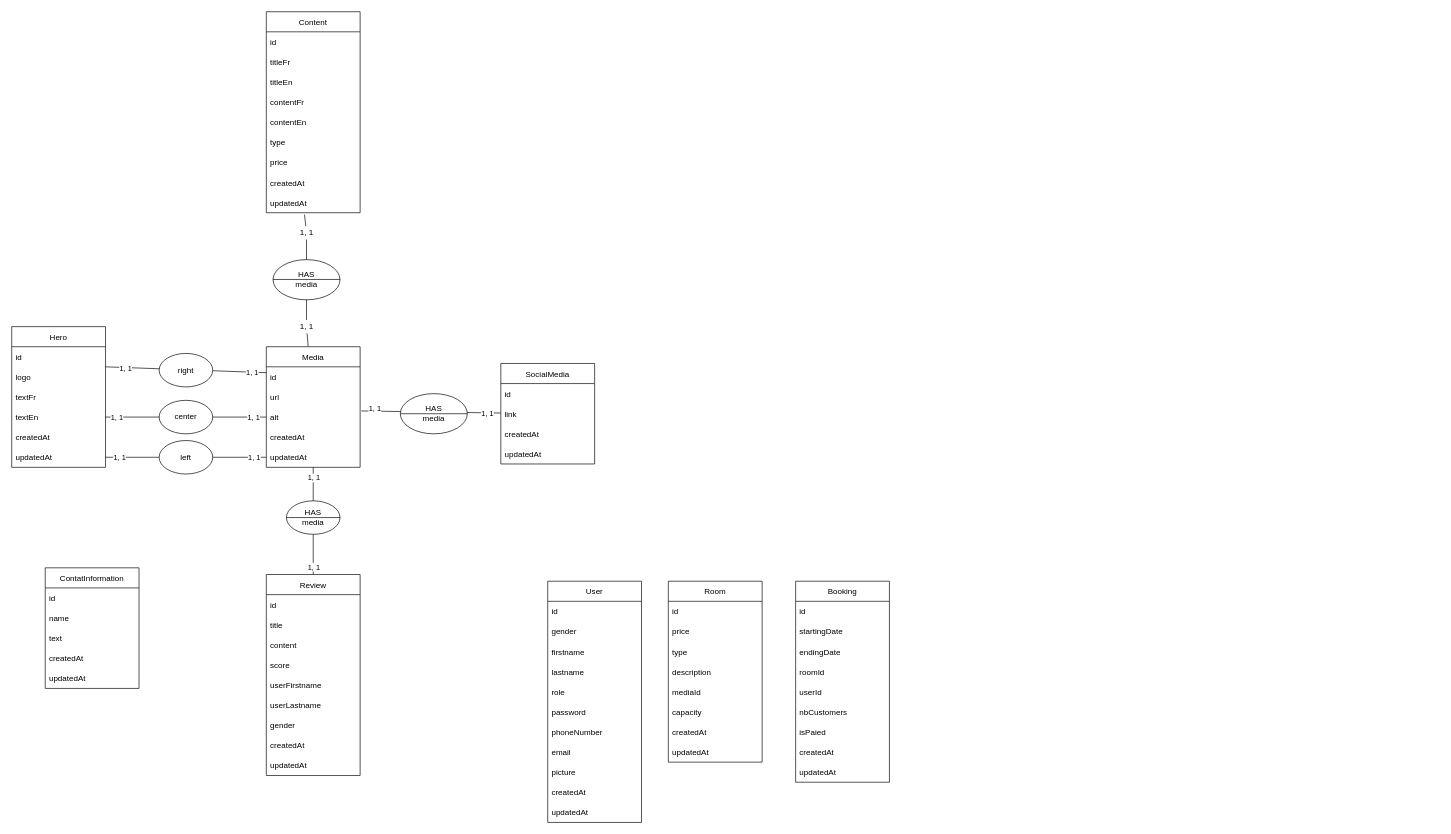
Before: docs/MCD_sprint2.drawio in ZakAADDI/Projet_Hostellerie_Asteracee, a draw.io diagram. Source tidied: cells renumbered, new cells numbered last; positions are measured from the earlier drawing's top-left corner, leaving out a move shared by most shapes. Both pictures are drawn from the tidied source at 67%, with x=0, y=0 at pixel (11, 11).
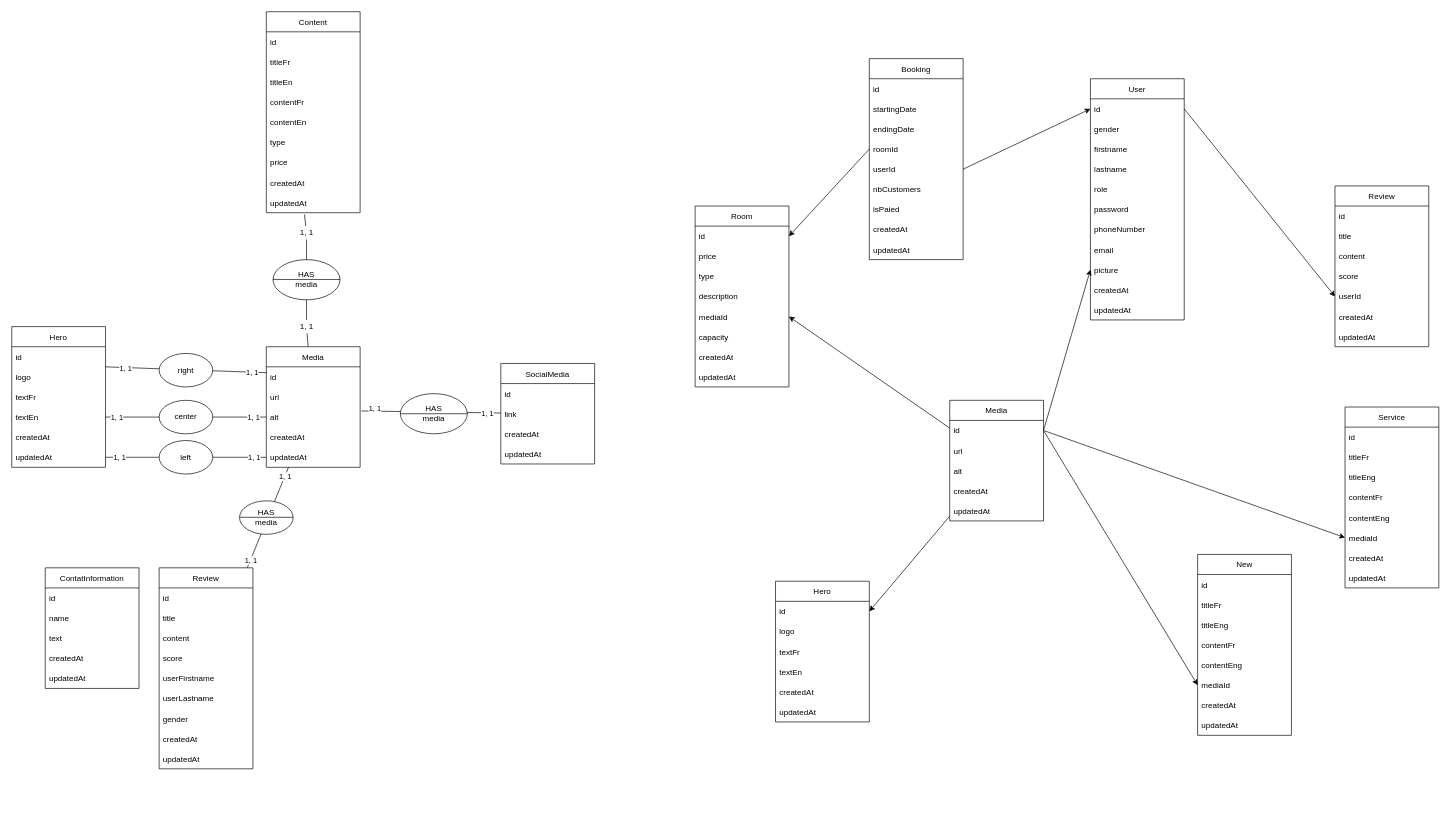
After the change.

Commit message:
MCD Sprint2 in progress

The change refers to these unchanged cells:
```xml
<mxCell id="77" value="id" style="text;strokeColor=none;fillColor=none;align=left;verticalAlign=middle;spacingLeft=4;spacingRight=4;overflow=hidden;points=[[0,0.5],[1,0.5]];portConstraint=eastwest;" parent="76" vertex="1">
  <mxGeometry y="30" width="140" height="30" as="geometry" />
</mxCell>
<mxCell id="81" value="mediaId" style="text;strokeColor=none;fillColor=none;align=left;verticalAlign=middle;spacingLeft=4;spacingRight=4;overflow=hidden;points=[[0,0.5],[1,0.5]];portConstraint=eastwest;" parent="76" vertex="1">
  <mxGeometry y="150" width="140" height="30" as="geometry" />
</mxCell>
<mxCell id="86" value="id" style="text;strokeColor=none;fillColor=none;align=left;verticalAlign=middle;spacingLeft=4;spacingRight=4;overflow=hidden;points=[[0,0.5],[1,0.5]];portConstraint=eastwest;" parent="85" vertex="1">
  <mxGeometry y="30" width="140" height="30" as="geometry" />
</mxCell>
<mxCell id="94" value="picture" style="text;strokeColor=none;fillColor=none;align=left;verticalAlign=middle;spacingLeft=4;spacingRight=4;overflow=hidden;points=[[0,0.5],[1,0.5]];portConstraint=eastwest;" parent="85" vertex="1">
  <mxGeometry y="270" width="140" height="30" as="geometry" />
</mxCell>
<mxCell id="101" value="roomId" style="text;strokeColor=none;fillColor=none;align=left;verticalAlign=middle;spacingLeft=4;spacingRight=4;overflow=hidden;points=[[0,0.5],[1,0.5]];portConstraint=eastwest;" parent="97" vertex="1">
  <mxGeometry y="120" width="140" height="30" as="geometry" />
</mxCell>
<mxCell id="102" value="userId" style="text;strokeColor=none;fillColor=none;align=left;verticalAlign=middle;spacingLeft=4;spacingRight=4;overflow=hidden;points=[[0,0.5],[1,0.5]];portConstraint=eastwest;" parent="97" vertex="1">
  <mxGeometry y="150" width="140" height="30" as="geometry" />
</mxCell>
```

What changed in the source:
```diff
@@
     <mxCell id="27" value="Review" style="swimlane;fontStyle=0;horizontal=1;startSize=30;" parent="1" vertex="1">
-      <mxGeometry x="380" y="840" width="140" height="300" as="geometry" />
+      <mxGeometry x="220" y="830" width="140" height="300" as="geometry" />
     </mxCell>
@@
     <mxCell id="74" value="HAS&lt;br&gt;media" style="ellipse;whiteSpace=wrap;html=1;" parent="1" vertex="1">
-      <mxGeometry x="410" y="730" width="80" height="50" as="geometry" />
+      <mxGeometry x="340" y="730" width="80" height="50" as="geometry" />
     </mxCell>
     <mxCell id="75" style="endArrow=none;html=1;" parent="1" edge="1">
       <mxGeometry relative="1" as="geometry">
-        <mxPoint x="410" y="755" as="sourcePoint" />
-        <mxPoint x="490" y="755" as="targetPoint" />
+        <mxPoint x="340" y="754.6" as="sourcePoint" />
+        <mxPoint x="420" y="754.6" as="targetPoint" />
       </mxGeometry>
     </mxCell>
     <mxCell id="76" value="Room" style="swimlane;fontStyle=0;horizontal=1;startSize=30;" parent="1" vertex="1">
-      <mxGeometry x="980" y="850" width="140" height="270" as="geometry" />
+      <mxGeometry x="1020" y="290" width="140" height="270" as="geometry" />
     </mxCell>
@@
+    <mxCell id="107" style="edgeStyle=none;html=1;entryX=0;entryY=0.5;entryDx=0;entryDy=0;exitX=1;exitY=0.5;exitDx=0;exitDy=0;" parent="1" edge="1" source="86" target="133">
+      <mxGeometry relative="1" as="geometry" />
+    </mxCell>
     <mxCell id="85" value="User" style="swimlane;fontStyle=0;horizontal=1;startSize=30;" parent="1" vertex="1">
-      <mxGeometry x="800" y="850" width="140" height="360" as="geometry" />
+      <mxGeometry x="1610" y="100" width="140" height="360" as="geometry" />
     </mxCell>
@@
+    <mxCell id="108" style="edgeStyle=none;html=1;entryX=1;entryY=0.5;entryDx=0;entryDy=0;exitX=0;exitY=0.5;exitDx=0;exitDy=0;" parent="1" edge="1" source="101" target="77">
+      <mxGeometry relative="1" as="geometry" />
+    </mxCell>
+    <mxCell id="109" style="edgeStyle=none;html=1;entryX=0;entryY=0.5;entryDx=0;entryDy=0;exitX=1;exitY=0.5;exitDx=0;exitDy=0;" parent="1" edge="1" source="102" target="86">
+      <mxGeometry relative="1" as="geometry" />
+    </mxCell>
     <mxCell id="97" value="Booking" style="swimlane;fontStyle=0;horizontal=1;startSize=30;" parent="1" vertex="1">
-      <mxGeometry x="1170" y="850" width="140" height="300" as="geometry" />
+      <mxGeometry x="1280" y="70" width="140" height="300" as="geometry" />
     </mxCell>
@@
+    <mxCell id="110" value="New" style="swimlane;fontStyle=0;horizontal=1;startSize=30;" parent="1" vertex="1">
+      <mxGeometry x="1770" y="810" width="140" height="270" as="geometry" />
+    </mxCell>
+    <mxCell id="111" value="id" style="text;strokeColor=none;fillColor=none;align=left;verticalAlign=middle;spacingLeft=4;spacingRight=4;overflow=hidden;" parent="110" vertex="1">
+      <mxGeometry y="30" width="140" height="30" as="geometry" />
+    </mxCell>
+    <mxCell id="112" value="titleFr" style="text;strokeColor=none;fillColor=none;align=left;verticalAlign=middle;spacingLeft=4;spacingRight=4;overflow=hidden;" parent="110" vertex="1">
+      <mxGeometry y="60" width="140" height="30" as="geometry" />
+    </mxCell>
+    <mxCell id="113" value="titleEng" style="text;strokeColor=none;fillColor=none;align=left;verticalAlign=middle;spacingLeft=4;spacingRight=4;overflow=hidden;" parent="110" vertex="1">
+      <mxGeometry y="90" width="140" height="30" as="geometry" />
+    </mxCell>
+    <mxCell id="114" value="contentFr" style="text;strokeColor=none;fillColor=none;align=left;verticalAlign=middle;spacingLeft=4;spacingRight=4;overflow=hidden;" parent="110" vertex="1">
+      <mxGeometry y="120" width="140" height="30" as="geometry" />
+    </mxCell>
+    <mxCell id="115" value="contentEng" style="text;strokeColor=none;fillColor=none;align=left;verticalAlign=middle;spacingLeft=4;spacingRight=4;overflow=hidden;" parent="110" vertex="1">
+      <mxGeometry y="150" width="140" height="30" as="geometry" />
+    </mxCell>
+    <mxCell id="116" value="mediaId" style="text;strokeColor=none;fillColor=none;align=left;verticalAlign=middle;spacingLeft=4;spacingRight=4;overflow=hidden;points=[[0,0.5],[1,0.5]];portConstraint=eastwest;" parent="110" vertex="1">
+      <mxGeometry y="180" width="140" height="30" as="geometry" />
+    </mxCell>
+    <mxCell id="117" value="createdAt" style="text;strokeColor=none;fillColor=none;align=left;verticalAlign=middle;spacingLeft=4;spacingRight=4;overflow=hidden;" parent="110" vertex="1">
+      <mxGeometry y="210" width="140" height="30" as="geometry" />
+    </mxCell>
+    <mxCell id="118" value="updatedAt" style="text;strokeColor=none;fillColor=none;align=left;verticalAlign=middle;spacingLeft=4;spacingRight=4;overflow=hidden;" parent="110" vertex="1">
+      <mxGeometry y="240" width="140" height="30" as="geometry" />
+    </mxCell>
+    <mxCell id="119" value="Service" style="swimlane;fontStyle=0;horizontal=1;startSize=30;" parent="1" vertex="1">
+      <mxGeometry x="1990" y="590" width="140" height="270" as="geometry" />
+    </mxCell>
+    <mxCell id="120" value="id" style="text;strokeColor=none;fillColor=none;align=left;verticalAlign=middle;spacingLeft=4;spacingRight=4;overflow=hidden;" parent="119" vertex="1">
+      <mxGeometry y="30" width="140" height="30" as="geometry" />
+    </mxCell>
+    <mxCell id="121" value="titleFr" style="text;strokeColor=none;fillColor=none;align=left;verticalAlign=middle;spacingLeft=4;spacingRight=4;overflow=hidden;" parent="119" vertex="1">
+      <mxGeometry y="60" width="140" height="30" as="geometry" />
+    </mxCell>
+    <mxCell id="122" value="titleEng" style="text;strokeColor=none;fillColor=none;align=left;verticalAlign=middle;spacingLeft=4;spacingRight=4;overflow=hidden;" parent="119" vertex="1">
+      <mxGeometry y="90" width="140" height="30" as="geometry" />
+    </mxCell>
+    <mxCell id="123" value="contentFr" style="text;strokeColor=none;fillColor=none;align=left;verticalAlign=middle;spacingLeft=4;spacingRight=4;overflow=hidden;" parent="119" vertex="1">
+      <mxGeometry y="120" width="140" height="30" as="geometry" />
+    </mxCell>
+    <mxCell id="124" value="contentEng" style="text;strokeColor=none;fillColor=none;align=left;verticalAlign=middle;spacingLeft=4;spacingRight=4;overflow=hidden;" parent="119" vertex="1">
+      <mxGeometry y="150" width="140" height="30" as="geometry" />
+    </mxCell>
+    <mxCell id="125" value="mediaId" style="text;strokeColor=none;fillColor=none;align=left;verticalAlign=middle;spacingLeft=4;spacingRight=4;overflow=hidden;points=[[0,0.5],[1,0.5]];portConstraint=eastwest;" parent="119" vertex="1">
+      <mxGeometry y="180" width="140" height="30" as="geometry" />
+    </mxCell>
+    <mxCell id="126" value="createdAt" style="text;strokeColor=none;fillColor=none;align=left;verticalAlign=middle;spacingLeft=4;spacingRight=4;overflow=hidden;" parent="119" vertex="1">
+      <mxGeometry y="210" width="140" height="30" as="geometry" />
+    </mxCell>
+    <mxCell id="127" value="updatedAt" style="text;strokeColor=none;fillColor=none;align=left;verticalAlign=middle;spacingLeft=4;spacingRight=4;overflow=hidden;" parent="119" vertex="1">
+      <mxGeometry y="240" width="140" height="30" as="geometry" />
+    </mxCell>
+    <mxCell id="128" value="Review" style="swimlane;fontStyle=0;horizontal=1;startSize=30;" parent="1" vertex="1">
+      <mxGeometry x="1975" y="260" width="140" height="240" as="geometry" />
+    </mxCell>
+    <mxCell id="129" value="id" style="text;strokeColor=none;fillColor=none;align=left;verticalAlign=middle;spacingLeft=4;spacingRight=4;overflow=hidden;" parent="128" vertex="1">
+      <mxGeometry y="30" width="140" height="30" as="geometry" />
+    </mxCell>
+    <mxCell id="130" value="title" style="text;strokeColor=none;fillColor=none;align=left;verticalAlign=middle;spacingLeft=4;spacingRight=4;overflow=hidden;" parent="128" vertex="1">
+      <mxGeometry y="60" width="140" height="30" as="geometry" />
+    </mxCell>
+    <mxCell id="131" value="content" style="text;strokeColor=none;fillColor=none;align=left;verticalAlign=middle;spacingLeft=4;spacingRight=4;overflow=hidden;" parent="128" vertex="1">
+      <mxGeometry y="90" width="140" height="30" as="geometry" />
+    </mxCell>
+    <mxCell id="132" value="score" style="text;strokeColor=none;fillColor=none;align=left;verticalAlign=middle;spacingLeft=4;spacingRight=4;overflow=hidden;" parent="128" vertex="1">
+      <mxGeometry y="120" width="140" height="30" as="geometry" />
+    </mxCell>
+    <mxCell id="133" value="userId" style="text;strokeColor=none;fillColor=none;align=left;verticalAlign=middle;spacingLeft=4;spacingRight=4;overflow=hidden;points=[[0,0.5],[1,0.5]];portConstraint=eastwest;" parent="128" vertex="1">
+      <mxGeometry y="150" width="140" height="30" as="geometry" />
+    </mxCell>
+    <mxCell id="134" value="createdAt" style="text;strokeColor=none;fillColor=none;align=left;verticalAlign=middle;spacingLeft=4;spacingRight=4;overflow=hidden;" parent="128" vertex="1">
+      <mxGeometry y="180" width="140" height="30" as="geometry" />
+    </mxCell>
+    <mxCell id="135" value="updatedAt" style="text;strokeColor=none;fillColor=none;align=left;verticalAlign=middle;spacingLeft=4;spacingRight=4;overflow=hidden;" parent="128" vertex="1">
+      <mxGeometry y="210" width="140" height="30" as="geometry" />
+    </mxCell>
+    <mxCell id="136" value="Hero" style="swimlane;fontStyle=0;horizontal=1;startSize=30;" parent="1" vertex="1">
+      <mxGeometry x="1140" y="850" width="140" height="210" as="geometry" />
+    </mxCell>
+    <mxCell id="137" value="id" style="text;strokeColor=none;fillColor=none;align=left;verticalAlign=middle;spacingLeft=4;spacingRight=4;overflow=hidden;points=[[0,0.5],[1,0.5]];portConstraint=eastwest;" parent="136" vertex="1">
+      <mxGeometry y="30" width="140" height="30" as="geometry" />
+    </mxCell>
+    <mxCell id="138" value="logo" style="text;strokeColor=none;fillColor=none;align=left;verticalAlign=middle;spacingLeft=4;spacingRight=4;overflow=hidden;" parent="136" vertex="1">
+      <mxGeometry y="60" width="140" height="30" as="geometry" />
+    </mxCell>
+    <mxCell id="139" value="textFr" style="text;strokeColor=none;fillColor=none;align=left;verticalAlign=middle;spacingLeft=4;spacingRight=4;overflow=hidden;" parent="136" vertex="1">
+      <mxGeometry y="90" width="140" height="30" as="geometry" />
+    </mxCell>
+    <mxCell id="140" value="textEn" style="text;strokeColor=none;fillColor=none;align=left;verticalAlign=middle;spacingLeft=4;spacingRight=4;overflow=hidden;" parent="136" vertex="1">
+      <mxGeometry y="120" width="140" height="30" as="geometry" />
+    </mxCell>
+    <mxCell id="141" value="createdAt" style="text;strokeColor=none;fillColor=none;align=left;verticalAlign=middle;spacingLeft=4;spacingRight=4;overflow=hidden;" parent="136" vertex="1">
+      <mxGeometry y="150" width="140" height="30" as="geometry" />
+    </mxCell>
+    <mxCell id="142" value="updatedAt" style="text;strokeColor=none;fillColor=none;align=left;verticalAlign=middle;spacingLeft=4;spacingRight=4;overflow=hidden;" parent="136" vertex="1">
+      <mxGeometry y="180" width="140" height="30" as="geometry" />
+    </mxCell>
+    <mxCell id="143" style="edgeStyle=none;html=1;entryX=1;entryY=0.5;entryDx=0;entryDy=0;" parent="1" edge="1" source="148" target="81">
+      <mxGeometry relative="1" as="geometry" />
+    </mxCell>
+    <mxCell id="144" style="edgeStyle=none;html=1;entryX=0;entryY=0.5;entryDx=0;entryDy=0;exitX=1;exitY=0.5;exitDx=0;exitDy=0;" parent="1" edge="1" source="149" target="94">
+      <mxGeometry relative="1" as="geometry" />
+    </mxCell>
+    <mxCell id="145" style="edgeStyle=none;html=1;entryX=0;entryY=0.5;entryDx=0;entryDy=0;exitX=1;exitY=0.5;exitDx=0;exitDy=0;" parent="1" edge="1" source="149" target="116">
+      <mxGeometry relative="1" as="geometry" />
+    </mxCell>
+    <mxCell id="146" style="edgeStyle=none;html=1;entryX=0;entryY=0.5;entryDx=0;entryDy=0;exitX=1;exitY=0.5;exitDx=0;exitDy=0;" parent="1" edge="1" source="149" target="125">
+      <mxGeometry relative="1" as="geometry" />
+    </mxCell>
+    <mxCell id="147" style="edgeStyle=none;html=1;entryX=1;entryY=0.5;entryDx=0;entryDy=0;" parent="1" edge="1" source="148" target="137">
+      <mxGeometry relative="1" as="geometry" />
+    </mxCell>
+    <mxCell id="148" value="Media" style="swimlane;fontStyle=0;horizontal=1;startSize=30;" parent="1" vertex="1">
+      <mxGeometry x="1400" y="580" width="140" height="180" as="geometry" />
+    </mxCell>
+    <mxCell id="149" value="id " style="text;strokeColor=none;fillColor=none;align=left;verticalAlign=middle;spacingLeft=4;spacingRight=4;overflow=hidden;points=[[0,0.5],[1,0.5]];portConstraint=eastwest;" parent="148" vertex="1">
+      <mxGeometry y="30" width="140" height="30" as="geometry" />
+    </mxCell>
+    <mxCell id="150" value="url" style="text;strokeColor=none;fillColor=none;align=left;verticalAlign=middle;spacingLeft=4;spacingRight=4;overflow=hidden;" parent="148" vertex="1">
+      <mxGeometry y="60" width="140" height="30" as="geometry" />
+    </mxCell>
+    <mxCell id="151" value="alt" style="text;strokeColor=none;fillColor=none;align=left;verticalAlign=middle;spacingLeft=4;spacingRight=4;overflow=hidden;" parent="148" vertex="1">
+      <mxGeometry y="90" width="140" height="30" as="geometry" />
+    </mxCell>
+    <mxCell id="152" value="createdAt" style="text;strokeColor=none;fillColor=none;align=left;verticalAlign=middle;spacingLeft=4;spacingRight=4;overflow=hidden;" parent="148" vertex="1">
+      <mxGeometry y="120" width="140" height="30" as="geometry" />
+    </mxCell>
+    <mxCell id="153" value="updatedAt" style="text;strokeColor=none;fillColor=none;align=left;verticalAlign=middle;spacingLeft=4;spacingRight=4;overflow=hidden;" parent="148" vertex="1">
+      <mxGeometry y="150" width="140" height="30" as="geometry" />
+    </mxCell>
```
